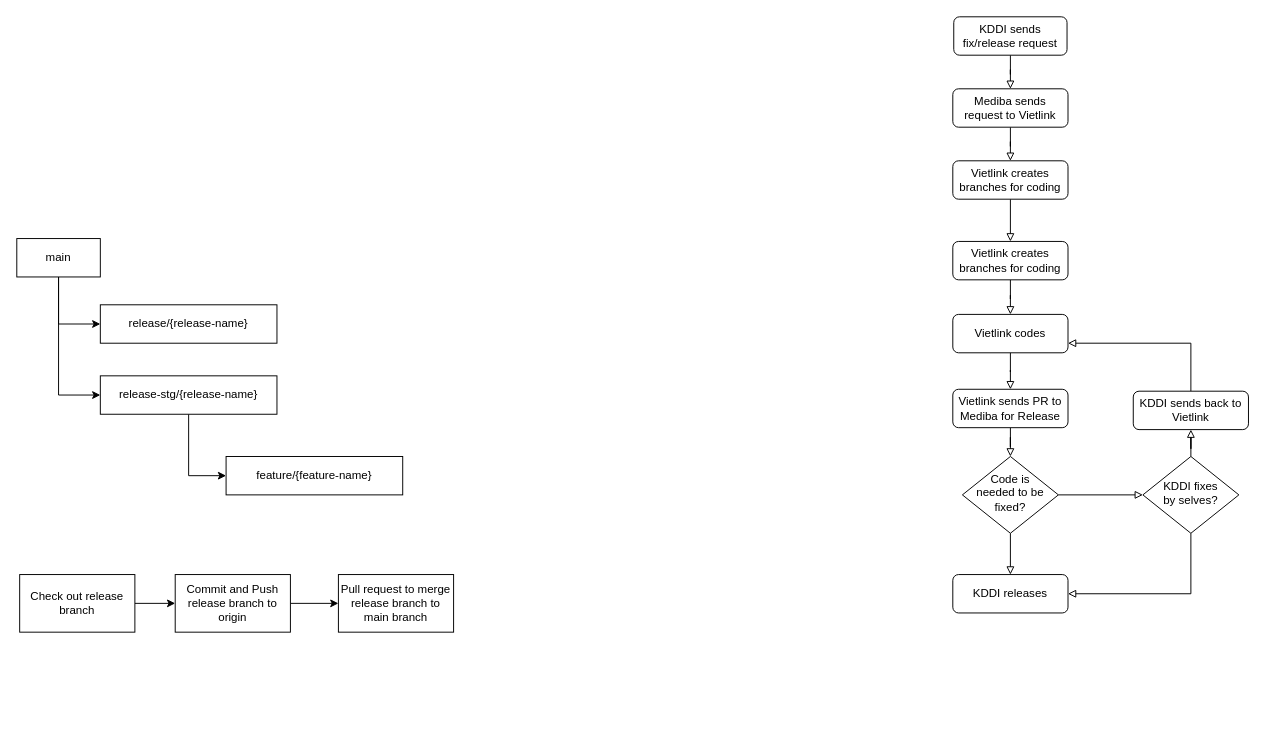
Vietlink-MinhNgo/vietlink-Draw keeps this draw.io diagram as Untitled Diagram.drawio. Above is the earlier version. Source tidied: cells renumbered, new cells numbered last; positions are measured from the earlier drawing's top-left corner, leaving out a move shared by most shapes. Both pictures are drawn from the tidied source at 96%, with x=0, y=0 at pixel (16, 16).
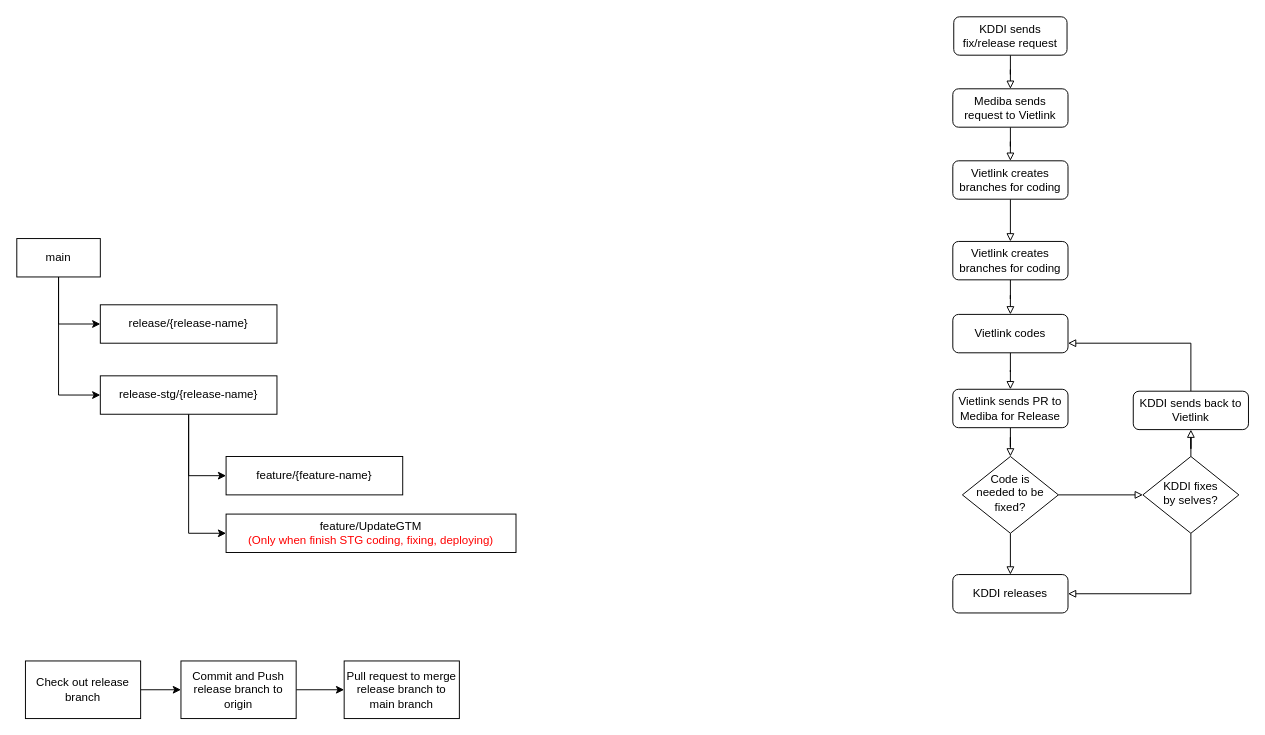
The same diagram, later.

The change refers to these unchanged cells:
```xml
<mxCell id="28" value="release-stg/{release-name}" style="rounded=0;whiteSpace=wrap;html=1;" parent="1" vertex="1">
  <mxGeometry x="87" y="374" width="184" height="40" as="geometry" />
</mxCell>
```

The edit, as a diff of the source:
```diff
@@
+    <mxCell id="35" style="edgeStyle=orthogonalEdgeStyle;rounded=0;jettySize=auto;html=1;entryX=0;entryY=0.5;entryDx=0;entryDy=0;" parent="1" edge="1" source="28" target="36">
+      <mxGeometry relative="1" as="geometry" />
+    </mxCell>
@@
     <mxCell id="31" value="Check out release branch" style="rounded=0;whiteSpace=wrap;html=1;" parent="1" vertex="1">
-      <mxGeometry x="3" y="581" width="120" height="60" as="geometry" />
+      <mxGeometry x="9" y="671" width="120" height="60" as="geometry" />
     </mxCell>
@@
     <mxCell id="33" value="Commit and Push release branch to origin" style="rounded=0;whiteSpace=wrap;html=1;" parent="1" vertex="1">
-      <mxGeometry x="165" y="581" width="120" height="60" as="geometry" />
+      <mxGeometry x="171" y="671" width="120" height="60" as="geometry" />
     </mxCell>
     <mxCell id="34" value="Pull request to merge release branch to main branch" style="rounded=0;whiteSpace=wrap;html=1;" parent="1" vertex="1">
-      <mxGeometry x="335" y="581" width="120" height="60" as="geometry" />
+      <mxGeometry x="341" y="671" width="120" height="60" as="geometry" />
     </mxCell>
+    <mxCell id="36" value="feature/UpdateGTM &lt;br&gt;&lt;font style=&quot;color: rgb(255, 0, 0);&quot;&gt;(Only when finish STG coding, fixing, deploying)&lt;/font&gt;" style="rounded=0;whiteSpace=wrap;html=1;" parent="1" vertex="1">
+      <mxGeometry x="218" y="518" width="302" height="40" as="geometry" />
+    </mxCell>
```
